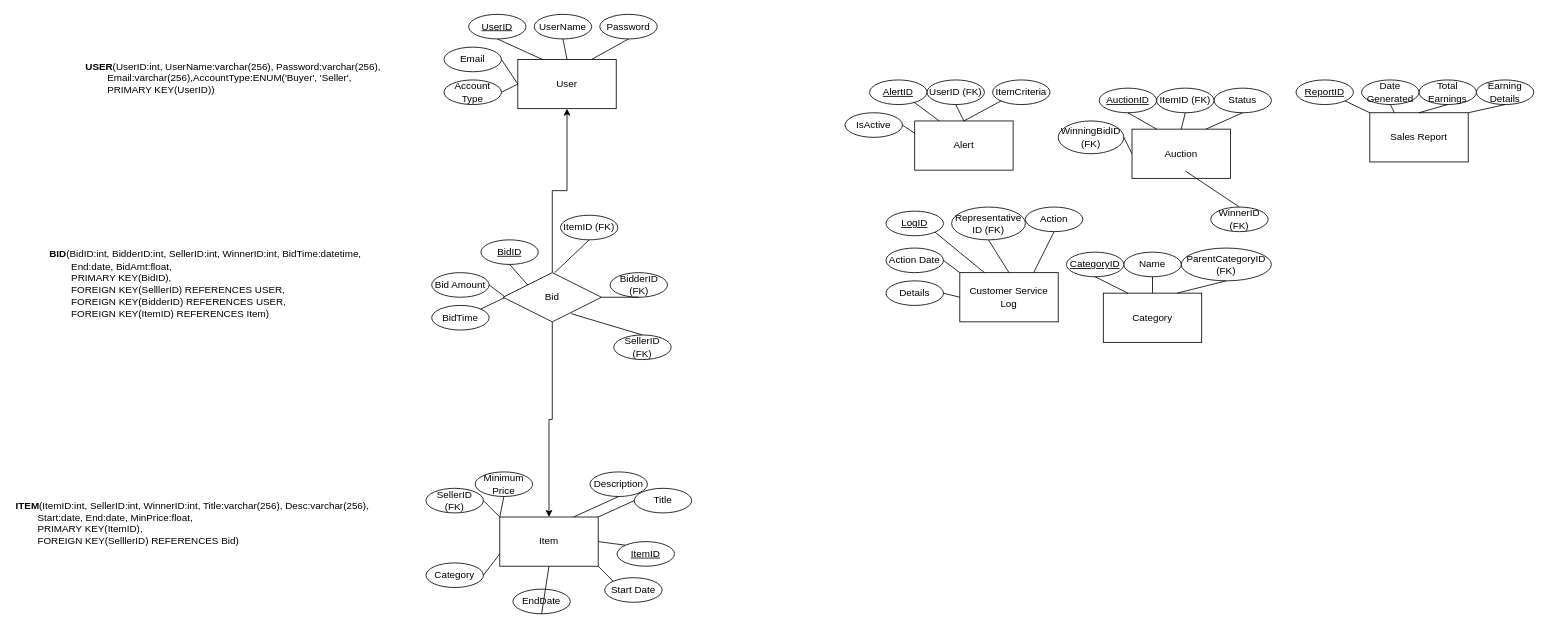
Before: Project1ER.drawio in Swoopi/PrinInfo, a draw.io diagram. Source tidied: cells renumbered, new cells numbered last; positions are measured from the earlier drawing's top-left corner, leaving out a move shared by most shapes. Both pictures are drawn from the tidied source at 82%, with x=0, y=0 at pixel (14, 14).
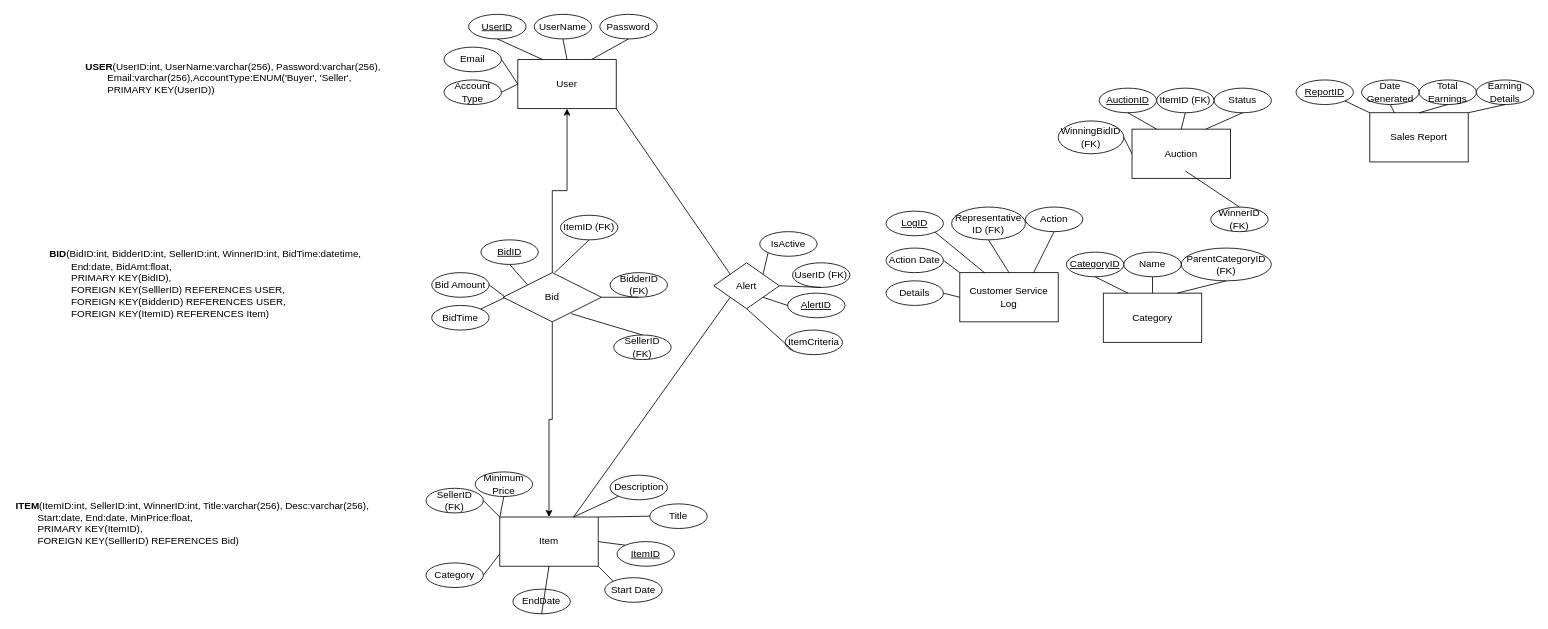
The same diagram, later.

Unchanged cells that the change refers to:
```xml
<mxCell id="2" value="Item" style="rounded=0;whiteSpace=wrap;html=1;" parent="1" vertex="1">
  <mxGeometry x="592" y="613" width="120" height="60" as="geometry" />
</mxCell>
<mxCell id="78" value="User" style="rounded=0;whiteSpace=wrap;html=1;" parent="77" vertex="1">
  <mxGeometry x="90" y="55" width="120" height="60" as="geometry" />
</mxCell>
```

Diff of the diagram source:
```diff
@@
-    <mxCell id="5" value="Alert" style="rounded=0;whiteSpace=wrap;html=1;" parent="1" vertex="1">
-      <mxGeometry x="1098" y="130" width="120" height="60" as="geometry" />
-    </mxCell>
@@
     <mxCell id="16" value="Description" style="ellipse;whiteSpace=wrap;html=1;" parent="1" vertex="1">
-      <mxGeometry x="702" y="558" width="70" height="30" as="geometry" />
+      <mxGeometry x="726.5" y="562" width="70" height="30" as="geometry" />
     </mxCell>
     <mxCell id="17" value="Title" style="ellipse;whiteSpace=wrap;html=1;" parent="1" vertex="1">
-      <mxGeometry x="756" y="578" width="70" height="30" as="geometry" />
+      <mxGeometry x="775" y="597" width="70" height="30" as="geometry" />
     </mxCell>
@@
-    <mxCell id="22" style="endArrow=none;html=1;rounded=0;entryX=0.5;entryY=1;entryDx=0;entryDy=0;exitX=0.75;exitY=0;exitDx=0;exitDy=0;" parent="1" edge="1" source="2" target="16">
+    <mxCell id="22" style="endArrow=none;html=1;rounded=0;entryX=0;entryY=1;entryDx=0;entryDy=0;exitX=0.75;exitY=0;exitDx=0;exitDy=0;" parent="1" edge="1" source="2" target="16">
       <mxGeometry relative="1" as="geometry" />
     </mxCell>
@@
     <mxCell id="39" value="IsActive" style="ellipse;whiteSpace=wrap;html=1;" parent="1" vertex="1">
-      <mxGeometry x="1013" y="120" width="70" height="30" as="geometry" />
+      <mxGeometry x="909" y="265" width="70" height="30" as="geometry" />
     </mxCell>
     <mxCell id="40" value="ItemCriteria" style="ellipse;whiteSpace=wrap;html=1;" parent="1" vertex="1">
-      <mxGeometry x="1193" y="80" width="70" height="30" as="geometry" />
+      <mxGeometry x="940" y="385" width="70" height="30" as="geometry" />
     </mxCell>
     <mxCell id="41" value="UserID (FK)" style="ellipse;whiteSpace=wrap;html=1;" parent="1" vertex="1">
-      <mxGeometry x="1113" y="80" width="70" height="30" as="geometry" />
+      <mxGeometry x="949" y="303" width="70" height="30" as="geometry" />
     </mxCell>
     <mxCell id="42" value="&lt;u&gt;AlertID&lt;/u&gt;" style="ellipse;whiteSpace=wrap;html=1;" parent="1" vertex="1">
-      <mxGeometry x="1043" y="80" width="70" height="30" as="geometry" />
+      <mxGeometry x="943" y="340" width="70" height="30" as="geometry" />
     </mxCell>
-    <mxCell id="43" style="endArrow=none;html=1;rounded=0;entryX=0;entryY=0.25;entryDx=0;entryDy=0;exitX=1;exitY=0.5;exitDx=0;exitDy=0;" parent="1" edge="1" source="39" target="5">
+    <mxCell id="43" style="endArrow=none;html=1;rounded=0;exitX=0;exitY=1;exitDx=0;exitDy=0;entryX=1;entryY=0;entryDx=0;entryDy=0;" parent="1" edge="1" source="39" target="5">
       <mxGeometry relative="1" as="geometry" />
     </mxCell>
-    <mxCell id="44" style="endArrow=none;html=1;rounded=0;entryX=0.25;entryY=0;entryDx=0;entryDy=0;exitX=0.771;exitY=0.9;exitDx=0;exitDy=0;exitPerimeter=0;" parent="1" edge="1" source="42" target="5">
+    <mxCell id="44" style="endArrow=none;html=1;rounded=0;entryX=1;entryY=1;entryDx=0;entryDy=0;exitX=0;exitY=0.5;exitDx=0;exitDy=0;" parent="1" edge="1" source="42" target="5">
       <mxGeometry relative="1" as="geometry" />
     </mxCell>
-    <mxCell id="45" style="endArrow=none;html=1;rounded=0;entryX=0.5;entryY=0;entryDx=0;entryDy=0;exitX=0.5;exitY=1;exitDx=0;exitDy=0;" parent="1" edge="1" source="41" target="5">
+    <mxCell id="45" style="endArrow=none;html=1;rounded=0;entryX=1;entryY=0.5;entryDx=0;entryDy=0;exitX=0.5;exitY=1;exitDx=0;exitDy=0;" parent="1" edge="1" source="41" target="5">
       <mxGeometry relative="1" as="geometry" />
     </mxCell>
-    <mxCell id="46" style="endArrow=none;html=1;rounded=0;entryX=0.5;entryY=0;entryDx=0;entryDy=0;exitX=0;exitY=1;exitDx=0;exitDy=0;" parent="1" edge="1" source="40" target="5">
+    <mxCell id="46" style="endArrow=none;html=1;rounded=0;entryX=0.5;entryY=1;entryDx=0;entryDy=0;exitX=0;exitY=1;exitDx=0;exitDy=0;" parent="1" edge="1" source="40" target="5">
       <mxGeometry relative="1" as="geometry" />
     </mxCell>
@@
+    <mxCell id="5" value="Alert" style="rhombus;whiteSpace=wrap;html=1;" parent="1" vertex="1">
+      <mxGeometry x="853" y="303" width="80" height="56" as="geometry" />
+    </mxCell>
+    <mxCell id="96" style="endArrow=none;html=1;rounded=0;exitX=1;exitY=1;exitDx=0;exitDy=0;entryX=0;entryY=0;entryDx=0;entryDy=0;" parent="1" edge="1" source="78" target="5">
+      <mxGeometry relative="1" as="geometry" />
+    </mxCell>
+    <mxCell id="97" style="endArrow=none;html=1;rounded=0;exitX=0;exitY=1;exitDx=0;exitDy=0;entryX=0.75;entryY=0;entryDx=0;entryDy=0;" parent="1" edge="1" source="5" target="2">
+      <mxGeometry relative="1" as="geometry" />
+    </mxCell>
```
